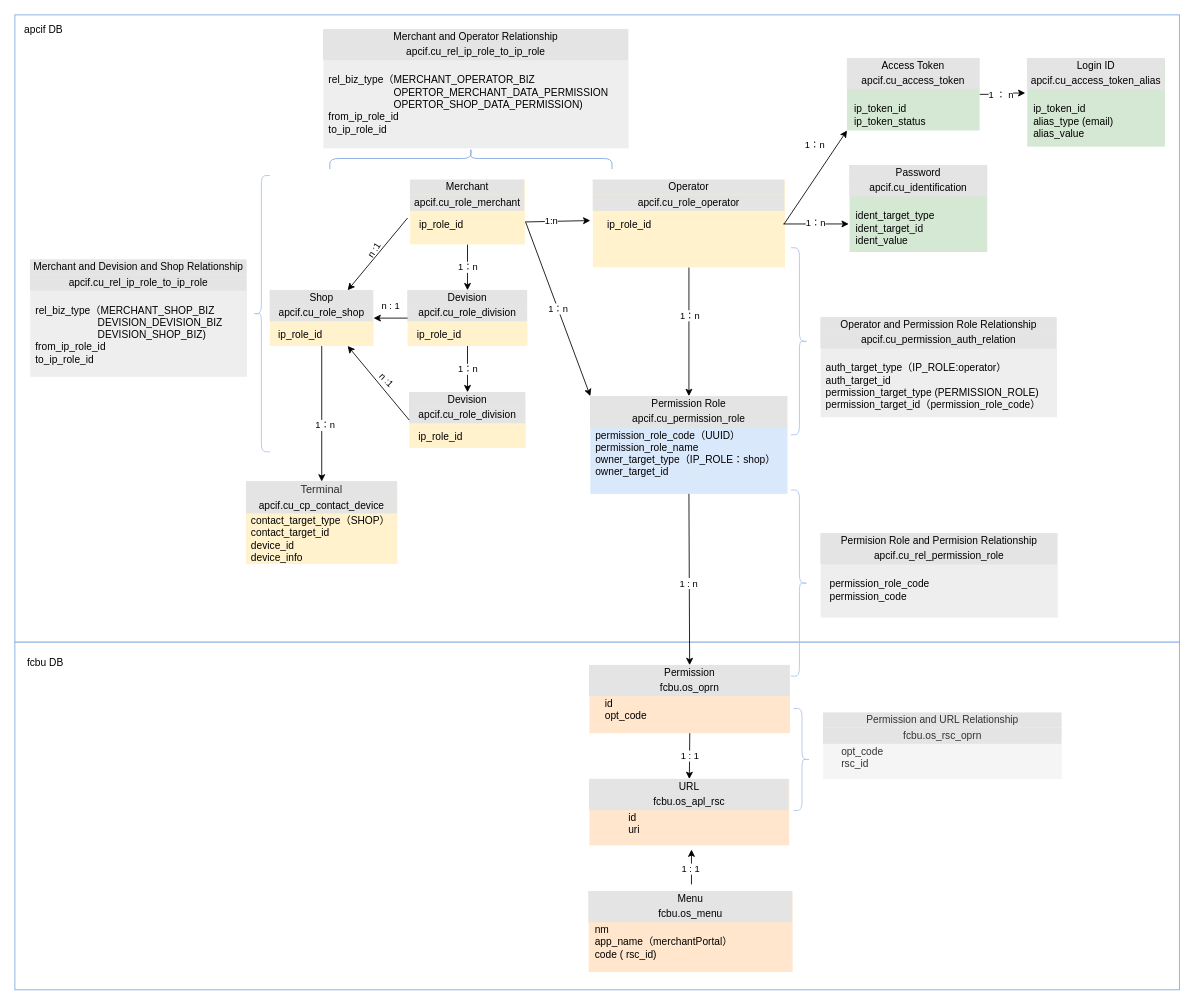
This is page "模型" (4 of 5) of Merchant portal.drawio from renqiuming/drawio, a draw.io file, before an edit. Source tidied: cells renumbered, new cells numbered last; positions are measured from the earlier drawing's top-left corner, leaving out a move shared by most shapes. Both pictures are drawn from the tidied source at 85%, with x=0, y=0 at pixel (14, 14).
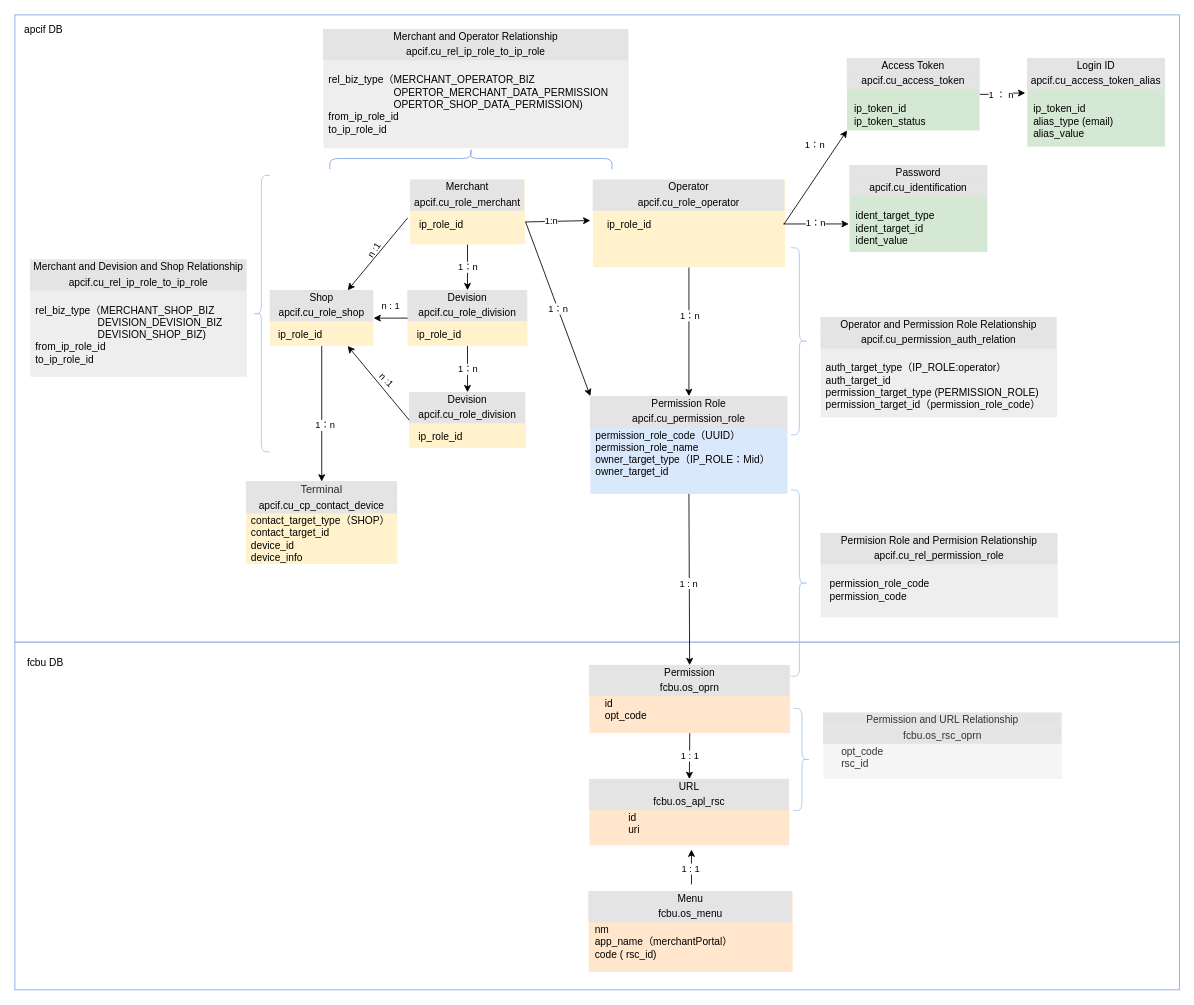
After the change.

Diff of the diagram source:
```diff
@@
-    <mxCell id="23" value="&lt;div style=&quot;box-sizing: border-box ; width: 100% ; background: #e4e4e4 ; padding: 2px&quot;&gt;Permission Role&lt;/div&gt;&lt;div style=&quot;box-sizing: border-box ; width: 100% ; background: #e4e4e4 ; padding: 2px&quot;&gt;apcif.cu_permission_role&lt;/div&gt;&lt;table style=&quot;width: 100% ; font-size: 1em&quot; cellpadding=&quot;2&quot; cellspacing=&quot;0&quot;&gt;&lt;tbody&gt;&lt;tr&gt;&lt;td&gt;&lt;br&gt;&lt;br&gt;&lt;/td&gt;&lt;td style=&quot;text-align: left&quot;&gt;permission_role_code（UUID）&lt;br&gt;permission_role_name&lt;br&gt;owner_target_type（IP_ROLE：shop）&lt;br&gt;owner_target_id&lt;br&gt;&lt;/td&gt;&lt;/tr&gt;&lt;tr&gt;&lt;td style=&quot;text-align: left&quot;&gt;&lt;br&gt;&lt;/td&gt;&lt;td style=&quot;text-align: left&quot;&gt;&lt;br&gt;&lt;/td&gt;&lt;/tr&gt;&lt;tr&gt;&lt;td&gt;&lt;/td&gt;&lt;td&gt;&lt;br&gt;&lt;/td&gt;&lt;/tr&gt;&lt;/tbody&gt;&lt;/table&gt;" style="verticalAlign=top;align=center;overflow=fill;html=1;fillColor=#dae8fc;strokeColor=none;" parent="1" vertex="1">
+    <mxCell id="23" value="&lt;div style=&quot;box-sizing: border-box ; width: 100% ; background: #e4e4e4 ; padding: 2px&quot;&gt;Permission Role&lt;/div&gt;&lt;div style=&quot;box-sizing: border-box ; width: 100% ; background: #e4e4e4 ; padding: 2px&quot;&gt;apcif.cu_permission_role&lt;/div&gt;&lt;table style=&quot;width: 100% ; font-size: 1em&quot; cellpadding=&quot;2&quot; cellspacing=&quot;0&quot;&gt;&lt;tbody&gt;&lt;tr&gt;&lt;td&gt;&lt;br&gt;&lt;br&gt;&lt;/td&gt;&lt;td style=&quot;text-align: left&quot;&gt;permission_role_code（UUID）&lt;br&gt;permission_role_name&lt;br&gt;owner_target_type（IP_ROLE：Mid）&lt;br&gt;owner_target_id&lt;br&gt;&lt;/td&gt;&lt;/tr&gt;&lt;tr&gt;&lt;td style=&quot;text-align: left&quot;&gt;&lt;br&gt;&lt;/td&gt;&lt;td style=&quot;text-align: left&quot;&gt;&lt;br&gt;&lt;/td&gt;&lt;/tr&gt;&lt;tr&gt;&lt;td&gt;&lt;/td&gt;&lt;td&gt;&lt;br&gt;&lt;/td&gt;&lt;/tr&gt;&lt;/tbody&gt;&lt;/table&gt;" style="verticalAlign=top;align=center;overflow=fill;html=1;fillColor=#dae8fc;strokeColor=none;" parent="1" vertex="1">
       <mxGeometry x="677" y="448.5" width="232" height="115" as="geometry" />
     </mxCell>
```
